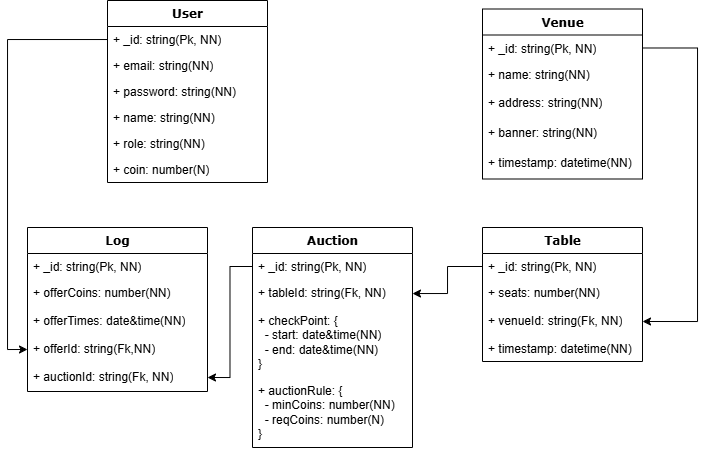
The draw.io diagram Schema.drawio.png in s6404062620109/intern_nightlife_auction, before a commit. Source tidied: cells renumbered, new cells last; positions are measured from the earlier drawing's top-left corner, leaving out a move shared by most shapes.
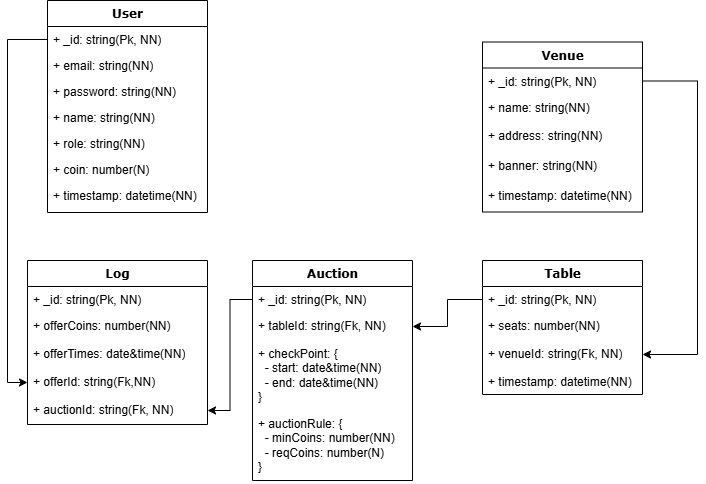
Above is the later version.

Commit message:
backend api & schema.

The edit, as a diff of the source:
```diff
@@ -3,7 +3,7 @@
     <mxCell id="0" />
     <mxCell id="1" parent="0" />
     <mxCell id="2" value="User" style="swimlane;html=1;fontStyle=1;align=center;verticalAlign=top;horizontal=1;startSize=26;swimlaneFillColor=#ffffff;rounded=0;shadow=0;comic=0;labelBackgroundColor=none;strokeWidth=1;fillColor=none;fontFamily=Verdana;fontSize=12;" parent="1" vertex="1">
-      <mxGeometry x="80" width="160" height="182" as="geometry" />
+      <mxGeometry x="20" y="-33" width="160" height="212" as="geometry" />
     </mxCell>
     <mxCell id="3" value="+ _id: string(Pk, NN)" style="text;html=1;strokeColor=none;fillColor=none;align=left;verticalAlign=top;spacingLeft=4;spacingRight=4;whiteSpace=wrap;overflow=hidden;points=[[0,0.5],[1,0.5]];portConstraint=eastwest;" parent="2" vertex="1">
       <mxGeometry y="26" width="160" height="26" as="geometry" />
@@ -23,6 +23,9 @@
     <mxCell id="8" value="+ coin: number(N)" style="text;html=1;strokeColor=none;fillColor=none;align=left;verticalAlign=top;spacingLeft=4;spacingRight=4;whiteSpace=wrap;overflow=hidden;" parent="2" vertex="1">
       <mxGeometry y="156" width="160" height="26" as="geometry" />
     </mxCell>
+    <mxCell id="35" value="+ timestamp: datetime(NN)" style="text;html=1;strokeColor=none;fillColor=none;align=left;verticalAlign=top;spacingLeft=4;spacingRight=4;whiteSpace=wrap;overflow=hidden;" parent="2" vertex="1">
+      <mxGeometry y="182" width="160" height="30" as="geometry" />
+    </mxCell>
     <mxCell id="9" value="Table" style="swimlane;html=1;fontStyle=1;align=center;verticalAlign=top;horizontal=1;startSize=26;swimlaneFillColor=#ffffff;rounded=0;shadow=0;comic=0;labelBackgroundColor=none;strokeWidth=1;fillColor=none;fontFamily=Verdana;fontSize=12;" parent="1" vertex="1">
       <mxGeometry x="455" y="227" width="160" height="134" as="geometry" />
     </mxCell>
```
